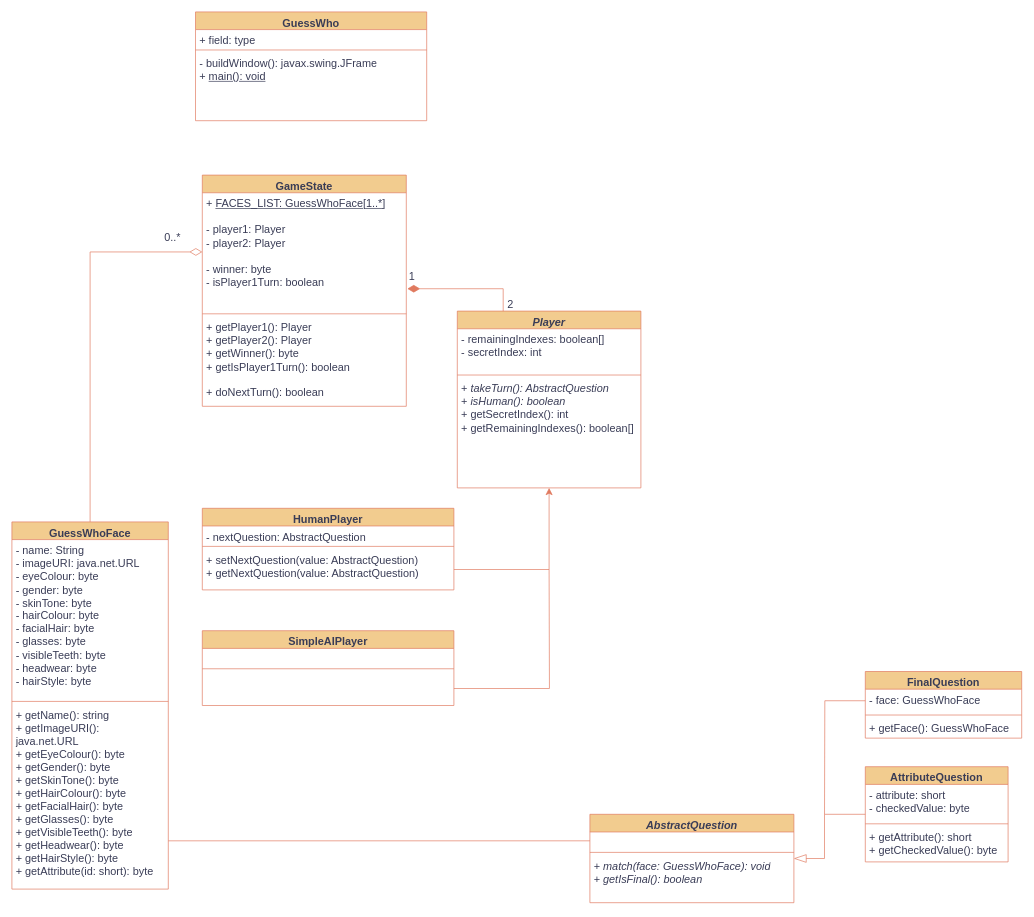
jgcodes2020/GSEGuessWho keeps this draw.io diagram as uml-diagram.drawio. Above is the earlier version. Source tidied: cells renumbered, new cells numbered last; positions are measured from the earlier drawing's top-left corner, leaving out a move shared by most shapes. Both pictures are drawn from the tidied source at 68%, with x=0, y=0 at pixel (12, 12).
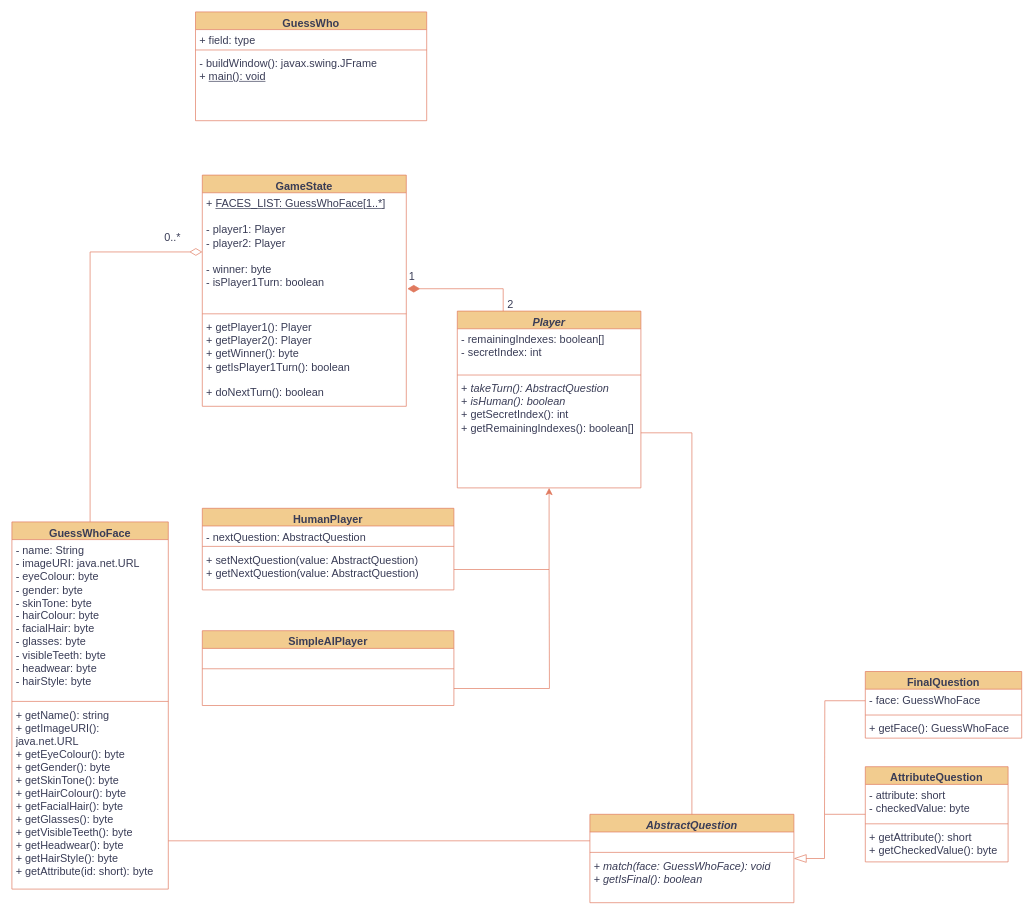
After the change.

Unchanged cells that the change refers to:
```xml
<mxCell id="11" value="&lt;div style=&quot;font-size: 16px;&quot;&gt;+ &lt;i style=&quot;font-size: 16px;&quot;&gt;takeTurn(): AbstractQuestion&lt;br style=&quot;font-size: 16px;&quot;&gt;&lt;/i&gt;&lt;/div&gt;&lt;div style=&quot;font-size: 16px;&quot;&gt;+ &lt;i style=&quot;font-size: 16px;&quot;&gt;isHuman(): boolean&lt;/i&gt;&lt;br style=&quot;font-size: 16px;&quot;&gt;&lt;/div&gt;&lt;div style=&quot;font-size: 16px;&quot;&gt;+ getSecretIndex(): int&lt;br style=&quot;font-size: 16px;&quot;&gt;&lt;/div&gt;&lt;div style=&quot;font-size: 16px;&quot;&gt;+ getRemainingIndexes(): boolean[]&lt;/div&gt;" style="text;strokeColor=none;fillColor=none;align=left;verticalAlign=top;spacingLeft=4;spacingRight=4;overflow=hidden;points=[[0,0.5],[1,0.5]];portConstraint=eastwest;whiteSpace=wrap;html=1;fontSize=16;labelBackgroundColor=none;fontColor=#393C56;" parent="8" vertex="1">
  <mxGeometry y="98" width="270" height="162" as="geometry" />
</mxCell>
<mxCell id="29" value="&lt;i&gt;AbstractQuestion&lt;/i&gt;" style="swimlane;fontStyle=1;align=center;verticalAlign=top;horizontal=1;startSize=26;whiteSpace=wrap;html=1;strokeColor=#E07A5F;fontSize=16;fontColor=#393C56;fillColor=#F2CC8F;" parent="1" vertex="1">
  <mxGeometry x="850" y="1180" width="300" height="130" as="geometry" />
</mxCell>
```

The edit, as a diff of the source:
```diff
@@
+    <mxCell id="48" style="edgeStyle=orthogonalEdgeStyle;rounded=0;jettySize=auto;html=1;exitX=1;exitY=0.5;exitDx=0;exitDy=0;entryX=0.5;entryY=0;entryDx=0;entryDy=0;strokeColor=#E07A5F;fontSize=12;fontColor=#393C56;startSize=8;endSize=8;fillColor=#F2CC8F;endArrow=none;endFill=0;" parent="1" edge="1" source="11" target="29">
+      <mxGeometry relative="1" as="geometry" />
+    </mxCell>
```
